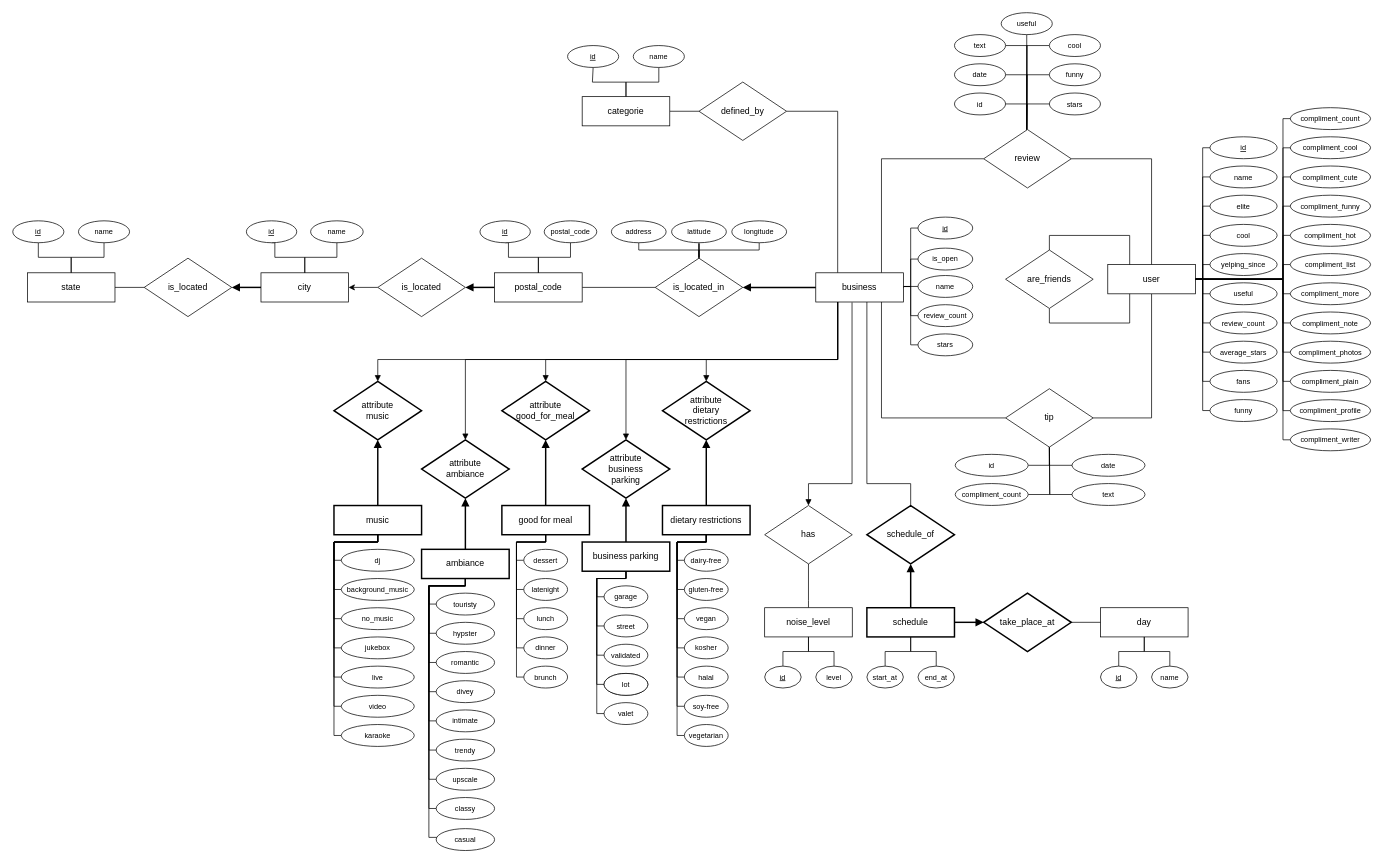
The draw.io diagram schema.drawio in Ph0tonic/Intro2DataBase, before the edit. Source tidied: cells renumbered, new cells numbered last; positions are measured from the earlier drawing's top-left corner, leaving out a move shared by most shapes. Both pictures are drawn from the tidied source at 73%, with x=0, y=0 at pixel (12, 12).
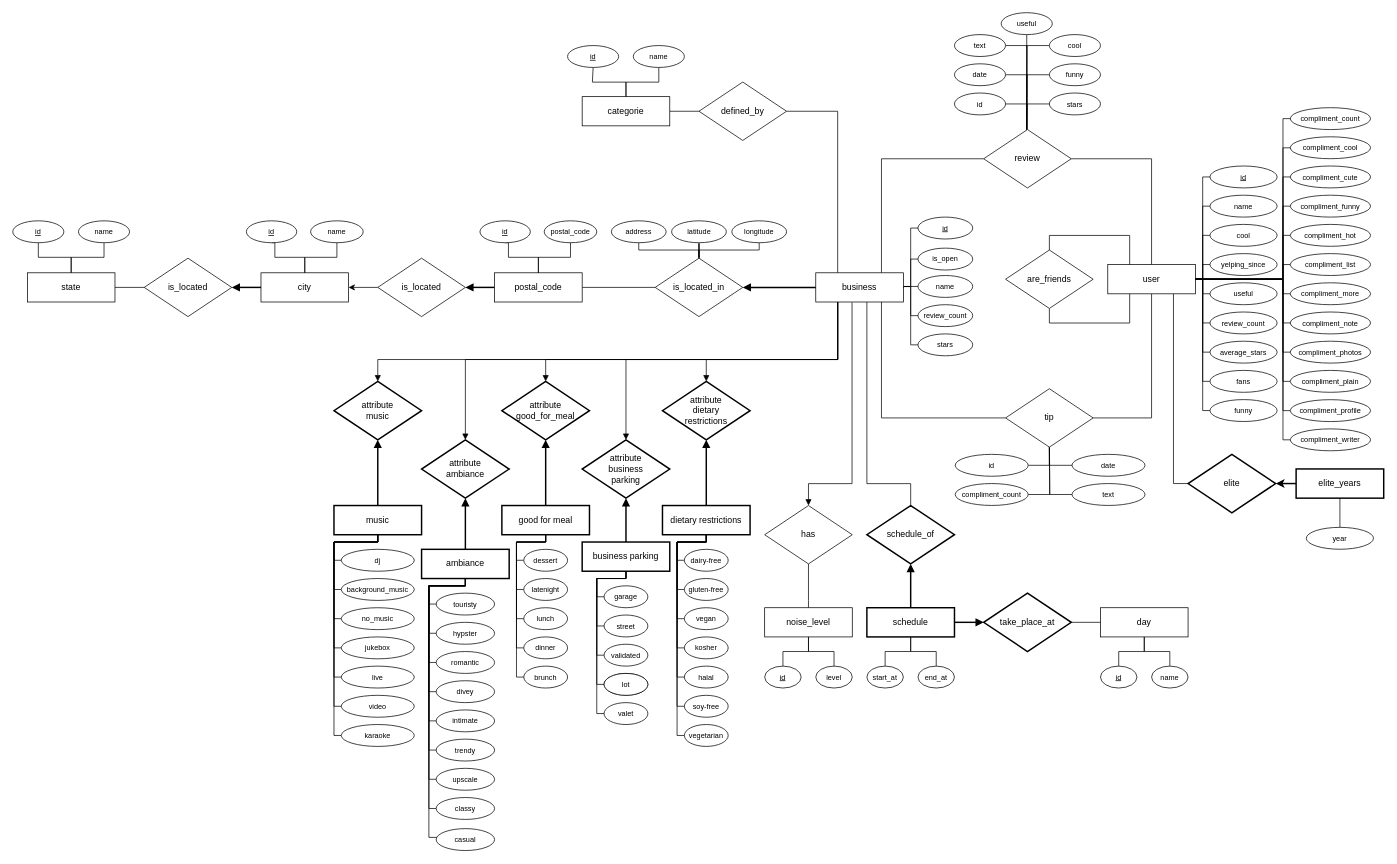
The same diagram, later.

Commit message:
Changes elite on the ER model

The change refers to these unchanged cells:
```xml
<mxCell id="25" value="user" style="rounded=0;whiteSpace=wrap;html=1;" parent="1" vertex="1">
  <mxGeometry x="1500" y="345" width="120" height="40" as="geometry" />
</mxCell>
```

Diff of the diagram source:
```diff
@@
+    <mxCell id="213" style="edgeStyle=orthogonalEdgeStyle;rounded=0;jettySize=auto;html=1;exitX=0.75;exitY=1;exitDx=0;exitDy=0;entryX=0;entryY=0.5;entryDx=0;entryDy=0;endArrow=none;endFill=0;" parent="1" edge="1" source="25" target="212">
+      <mxGeometry relative="1" as="geometry" />
+    </mxCell>
@@
     <mxCell id="69" style="edgeStyle=orthogonalEdgeStyle;rounded=0;jettySize=auto;html=1;exitX=0;exitY=0.5;exitDx=0;exitDy=0;endArrow=none;endFill=0;entryX=1;entryY=0.5;entryDx=0;entryDy=0;fontSize=9;" parent="1" edge="1" source="70" target="25">
       <mxGeometry relative="1" as="geometry">
         <Array as="points">
-          <mxPoint x="1630" y="185" />
+          <mxPoint x="1630" y="225" />
           <mxPoint x="1630" y="365" />
         </Array>
       </mxGeometry>
     </mxCell>
     <mxCell id="70" value="id" style="ellipse;whiteSpace=wrap;html=1;fontStyle=4;fontSize=10;" parent="1" vertex="1">
-      <mxGeometry x="1640" y="169.9" width="92" height="30" as="geometry" />
+      <mxGeometry x="1640" y="209.9" width="92" height="30" as="geometry" />
     </mxCell>
     <mxCell id="71" style="edgeStyle=orthogonalEdgeStyle;rounded=0;jettySize=auto;html=1;exitX=0;exitY=0.5;exitDx=0;exitDy=0;entryX=1;entryY=0.5;entryDx=0;entryDy=0;endArrow=none;endFill=0;fontSize=9;" parent="1" edge="1" source="72" target="25">
       <mxGeometry relative="1" as="geometry">
         <Array as="points">
-          <mxPoint x="1630" y="225" />
+          <mxPoint x="1630" y="265" />
           <mxPoint x="1630" y="365" />
         </Array>
       </mxGeometry>
     </mxCell>
     <mxCell id="72" value="name" style="ellipse;whiteSpace=wrap;html=1;fontSize=10;" parent="1" vertex="1">
-      <mxGeometry x="1640" y="209.9" width="92" height="30" as="geometry" />
+      <mxGeometry x="1640" y="249.9" width="92" height="30" as="geometry" />
     </mxCell>
@@
-    <mxCell id="212" value="elite" style="ellipse;whiteSpace=wrap;html=1;fontSize=10;" parent="1" vertex="1">
-      <mxGeometry x="1640" y="249.9" width="92" height="30" as="geometry" />
-    </mxCell>
-    <mxCell id="213" style="edgeStyle=orthogonalEdgeStyle;rounded=0;jettySize=auto;html=1;exitX=1;exitY=0.5;exitDx=0;exitDy=0;entryX=0;entryY=0.5;entryDx=0;entryDy=0;endArrow=none;endFill=0;fontSize=9;" parent="1" edge="1" source="25" target="212">
-      <mxGeometry relative="1" as="geometry">
-        <Array as="points">
-          <mxPoint x="1630" y="365" />
-          <mxPoint x="1630" y="265" />
-          <mxPoint x="1640" y="265" />
-        </Array>
-      </mxGeometry>
-    </mxCell>
@@
+    <mxCell id="238" style="edgeStyle=orthogonalEdgeStyle;rounded=0;jettySize=auto;html=1;exitX=1;exitY=0.5;exitDx=0;exitDy=0;entryX=0;entryY=0.5;entryDx=0;entryDy=0;endArrow=none;endFill=0;strokeWidth=2;startArrow=classic;startFill=1;" parent="1" edge="1" source="212" target="239">
+      <mxGeometry relative="1" as="geometry" />
+    </mxCell>
+    <mxCell id="212" value="elite" style="rhombus;whiteSpace=wrap;html=1;strokeWidth=2;gradientColor=none;" parent="1" vertex="1">
+      <mxGeometry x="1610" y="604.9" width="120" height="80" as="geometry" />
+    </mxCell>
+    <mxCell id="239" value="elite_years" style="rounded=0;whiteSpace=wrap;html=1;strokeWidth=2;" parent="1" vertex="1">
+      <mxGeometry x="1758" y="624.9" width="120" height="40" as="geometry" />
+    </mxCell>
+    <mxCell id="240" style="edgeStyle=orthogonalEdgeStyle;rounded=0;jettySize=auto;html=1;exitX=0.5;exitY=0;exitDx=0;exitDy=0;entryX=0.5;entryY=1;entryDx=0;entryDy=0;endArrow=none;endFill=0;" parent="1" edge="1" source="241" target="239">
+      <mxGeometry relative="1" as="geometry" />
+    </mxCell>
+    <mxCell id="241" value="year" style="ellipse;whiteSpace=wrap;html=1;fontSize=10;" parent="1" vertex="1">
+      <mxGeometry x="1772" y="704.9" width="92" height="30" as="geometry" />
+    </mxCell>
```
